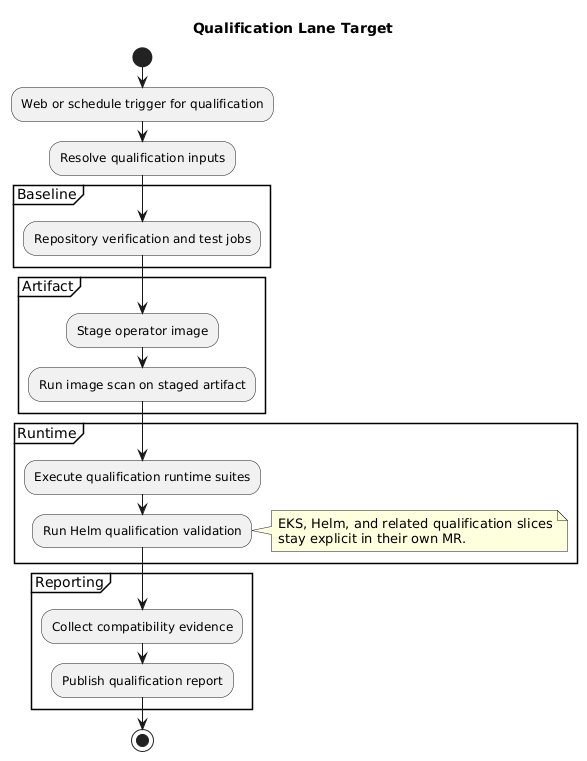
Above: gitlab-ci/diagrams/qualification-lane-target.png in splunk/splunk-operator (PlantUML), before the change.
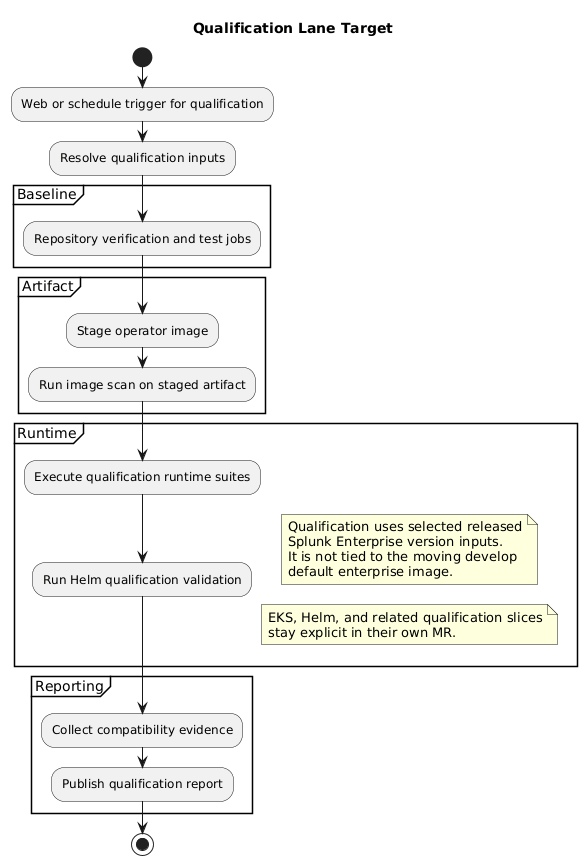
After the commit.

Commit message:
CSPL-4672 ci: clarify helper override and qualification intent

Change to the diagram source:
```diff
@@ -17,6 +17,12 @@
   :Execute qualification runtime suites;
   :Run Helm qualification validation;
   note right
+    Qualification uses selected released
+    Splunk Enterprise version inputs.
+    It is not tied to the moving develop
+    default enterprise image.
+  end note
+  note right
     EKS, Helm, and related qualification slices
     stay explicit in their own MR.
   end note
```
